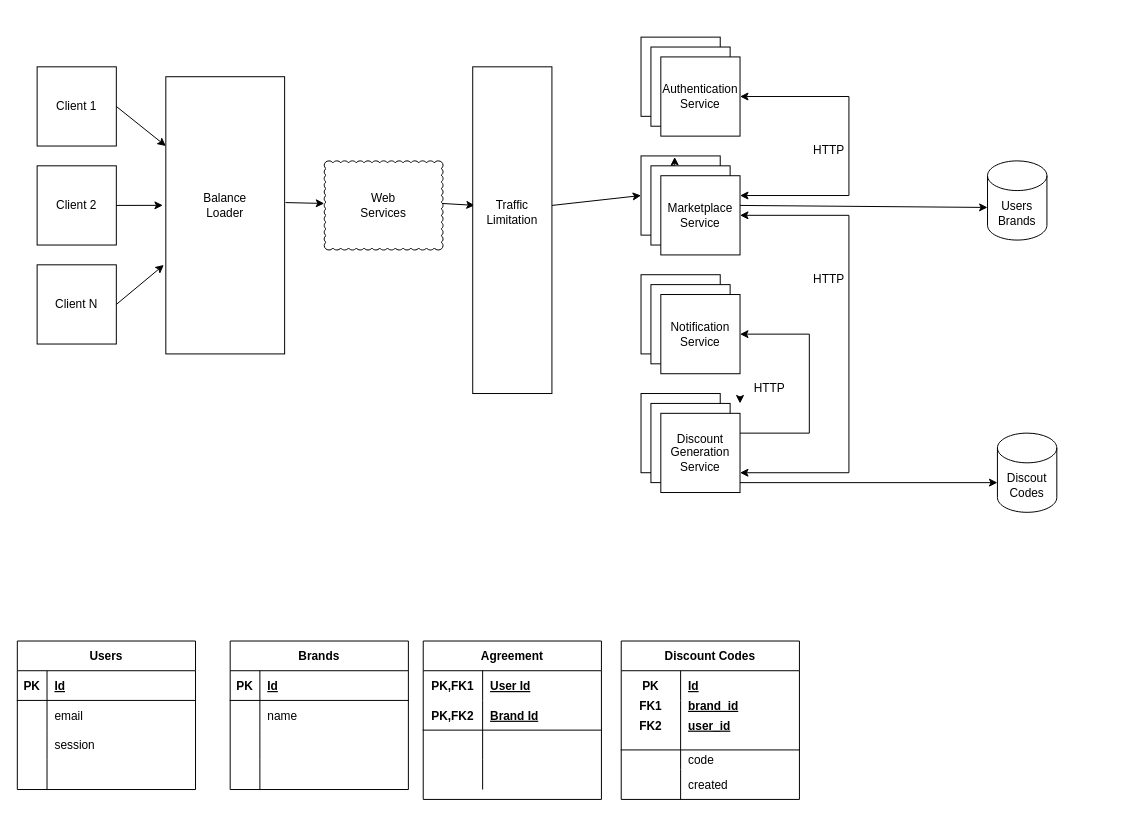
rybach/discount_server keeps this draw.io diagram as Untitled Diagram.drawio. Above is the earlier version. Source tidied: cells renumbered, new cells numbered last; positions are measured from the earlier drawing's top-left corner, leaving out a move shared by most shapes. Both pictures are drawn from the tidied source at 99%, with x=0, y=0 at pixel (17, 37).
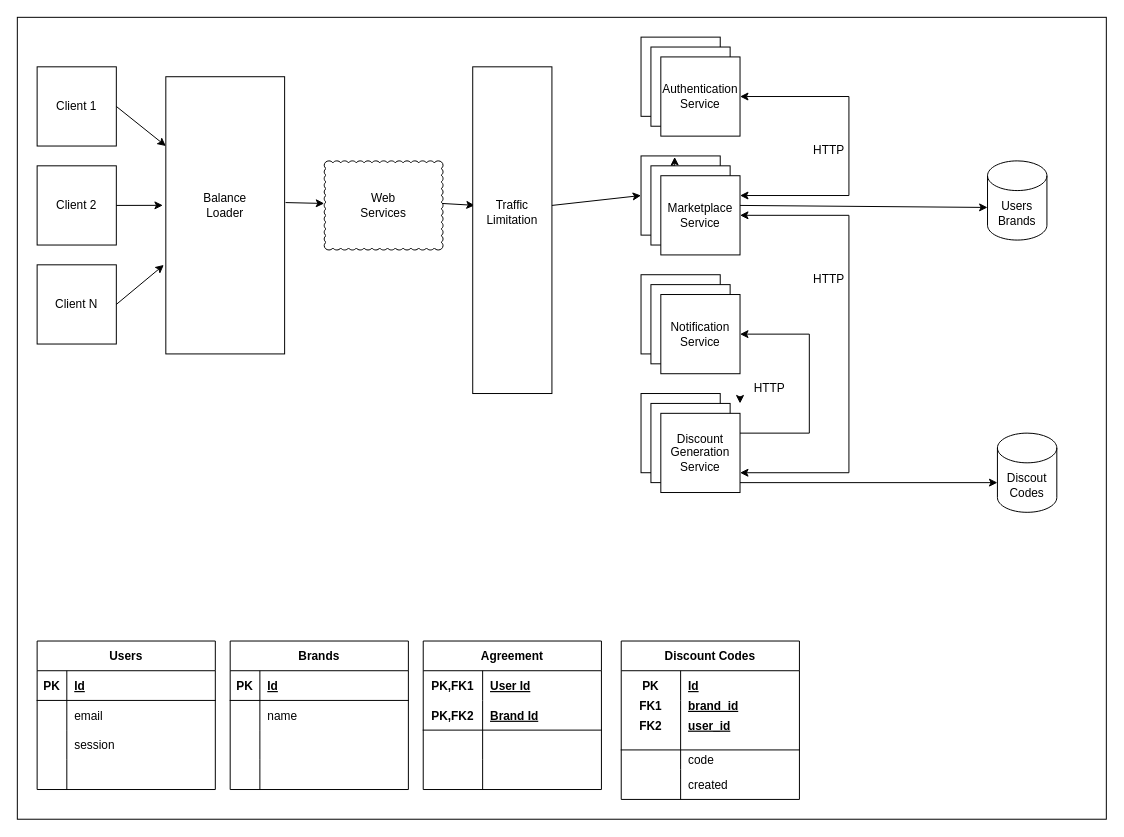
After the change.

Diff of the diagram source:
```diff
@@
+    <mxCell id="122" style="rounded=0;whiteSpace=wrap;html=1;strokeColor=#000000;" parent="1" vertex="1">
+      <mxGeometry y="-20" width="1100" height="810" as="geometry" />
+    </mxCell>
@@
-    <mxCell id="21" value="Users" style="shape=table;startSize=30;childLayout=tableLayout;rowLines=0;fontStyle=1;align=center;strokeColor=#000000;" parent="1" vertex="1">
-      <mxGeometry y="610" width="180" height="150" as="geometry" />
+    <mxCell id="21" value="Users" style="shape=table;startSize=30;childLayout=tableLayout;rowLines=0;fontStyle=1;align=center;strokeColor=#000000;swimlaneLine=1;" parent="1" vertex="1">
+      <mxGeometry x="20" y="610" width="180" height="150" as="geometry" />
     </mxCell>
@@
     <mxCell id="109" value="Agreement" style="shape=table;startSize=30;childLayout=tableLayout;rowLines=0;fontStyle=1;align=center;strokeColor=#000000;" parent="1" vertex="1">
-      <mxGeometry x="410" y="610" width="180" height="160" as="geometry" />
+      <mxGeometry x="410" y="610" width="180" height="150" as="geometry" />
     </mxCell>
```
